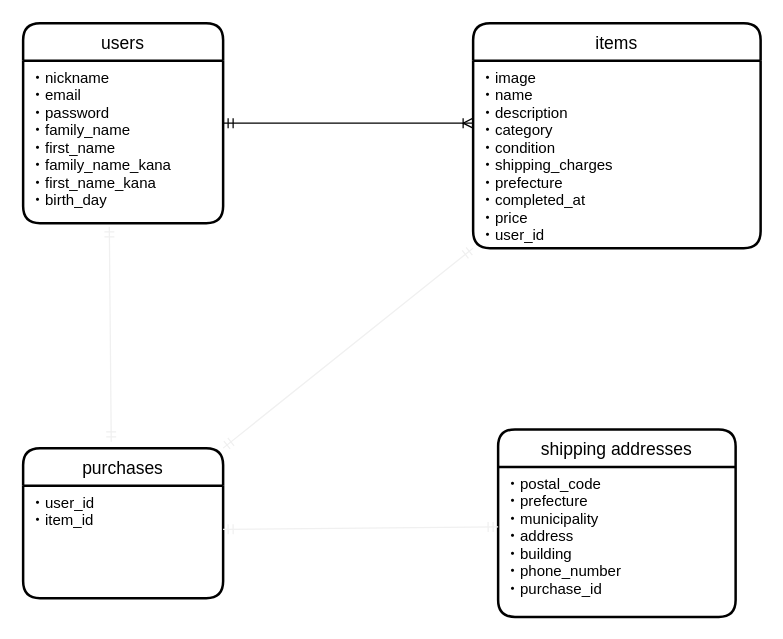
Earlier version of the draw.io diagram app/views/furima-31519.dio (takuya20201003/furima-31519). Source tidied: cells renumbered, new cells numbered last; positions are measured from the earlier drawing's top-left corner, leaving out a move shared by most shapes. Both pictures are drawn from the tidied source at 125%, with x=0, y=0 at pixel (22, 22).
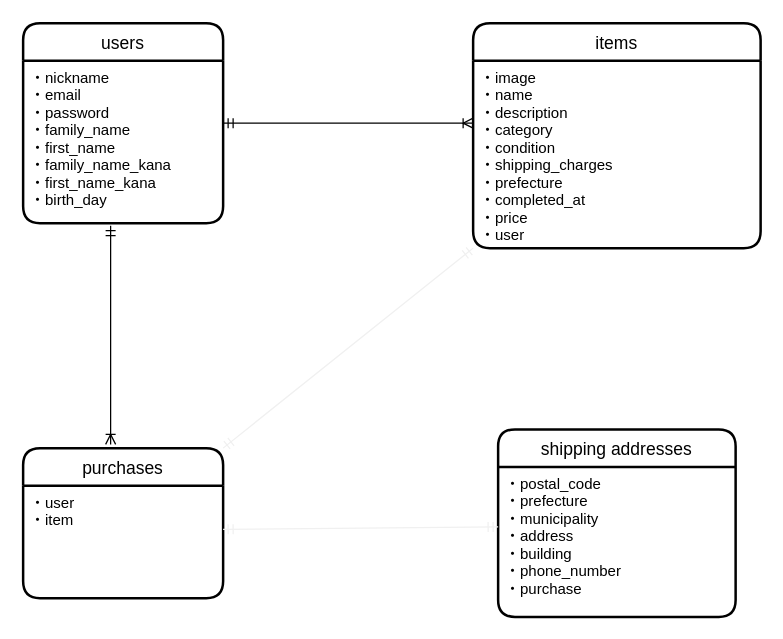
The same page after the edit.

Change to the diagram source:
```diff
@@
 <mxGraphModel>
   <root>
     <mxCell id="0" />
     <mxCell id="1" parent="0" />
     <mxCell id="2" value="users" style="swimlane;horizontal=1;startSize=30;rounded=1;fontSize=14;fontStyle=0;strokeWidth=2;shadow=0;dashed=0;align=center;" parent="1" vertex="1">
       <mxGeometry width="160" height="160" as="geometry" />
     </mxCell>
     <mxCell id="3" value="・nickname&#10;・email&#10;・password&#10;・family_name&#10;・first_name&#10;・family_name_kana&#10;・first_name_kana&#10;・birth_day" style="align=left;strokeColor=none;fillColor=none;spacingLeft=4;fontSize=12;verticalAlign=top;" parent="2" vertex="1">
       <mxGeometry y="30" width="160" height="130" as="geometry" />
     </mxCell>
     <mxCell id="4" value="items" style="swimlane;horizontal=1;startSize=30;rounded=1;fontSize=14;fontStyle=0;strokeWidth=2;shadow=0;dashed=0;align=center;" parent="1" vertex="1">
       <mxGeometry x="360" width="230" height="180" as="geometry" />
     </mxCell>
-    <mxCell id="5" value="・image&#10;・name&#10;・description&#10;・category&#10;・condition&#10;・shipping_charges&#10;・prefecture&#10;・completed_at&#10;・price&#10;・user_id&#10;&#10;&#10;&#10;" style="align=left;strokeColor=none;fillColor=none;spacingLeft=4;fontSize=12;verticalAlign=top;" parent="4" vertex="1">
+    <mxCell id="5" value="・image&#10;・name&#10;・description&#10;・category&#10;・condition&#10;・shipping_charges&#10;・prefecture&#10;・completed_at&#10;・price&#10;・user&#10;&#10;&#10;&#10;" style="align=left;strokeColor=none;fillColor=none;spacingLeft=4;fontSize=12;verticalAlign=top;" parent="4" vertex="1">
       <mxGeometry y="30" width="230" height="150" as="geometry" />
     </mxCell>
     <mxCell id="6" style="fontSize=12;html=1;endArrow=ERmandOne;startArrow=ERmandOne;strokeColor=#f0f0f0;exitX=0.5;exitY=0;exitDx=0;exitDy=0;entryX=0;entryY=1;entryDx=0;entryDy=0;" parent="4" edge="1" target="5">
       <mxGeometry relative="1" as="geometry">
         <mxPoint x="-200" y="340" as="sourcePoint" />
       </mxGeometry>
     </mxCell>
     <mxCell id="7" value="shipping addresses" style="swimlane;horizontal=1;startSize=30;rounded=1;fontSize=14;fontStyle=0;strokeWidth=2;shadow=0;dashed=0;align=center;" parent="1" vertex="1">
       <mxGeometry x="380" y="325" width="190" height="150" as="geometry" />
     </mxCell>
-    <mxCell id="8" value="・postal_code&#10;・prefecture&#10;・municipality&#10;・address&#10;・building&#10;・phone_number&#10;・purchase_id&#10;&#10;&#10;&#10;" style="align=left;strokeColor=none;fillColor=none;spacingLeft=4;fontSize=12;verticalAlign=top;" parent="7" vertex="1">
+    <mxCell id="8" value="・postal_code&#10;・prefecture&#10;・municipality&#10;・address&#10;・building&#10;・phone_number&#10;・purchase&#10;&#10;&#10;&#10;" style="align=left;strokeColor=none;fillColor=none;spacingLeft=4;fontSize=12;verticalAlign=top;" parent="7" vertex="1">
       <mxGeometry y="30" width="190" height="120" as="geometry" />
     </mxCell>
     <mxCell id="9" style="edgeStyle=entityRelationEdgeStyle;fontSize=12;html=1;endArrow=ERoneToMany;startArrow=ERmandOne;" parent="1" edge="1">
       <mxGeometry relative="1" as="geometry">
         <mxPoint x="160" y="80" as="sourcePoint" />
         <mxPoint x="360" y="80" as="targetPoint" />
       </mxGeometry>
     </mxCell>
     <mxCell id="10" value="purchases" style="swimlane;horizontal=1;startSize=30;rounded=1;fontSize=14;fontStyle=0;strokeWidth=2;shadow=0;dashed=0;align=center;" parent="1" vertex="1">
       <mxGeometry y="340" width="160" height="120" as="geometry" />
     </mxCell>
-    <mxCell id="11" value="・user_id&#10;・item_id" style="align=left;strokeColor=none;fillColor=none;spacingLeft=4;fontSize=12;verticalAlign=top;whiteSpace=wrap;" parent="10" vertex="1">
+    <mxCell id="11" value="・user&#10;・item" style="align=left;strokeColor=none;fillColor=none;spacingLeft=4;fontSize=12;verticalAlign=top;whiteSpace=wrap;" parent="10" vertex="1">
       <mxGeometry y="30" width="160" height="90" as="geometry" />
     </mxCell>
-    <mxCell id="12" style="fontSize=12;html=1;endArrow=ERmandOne;startArrow=ERmandOne;strokeColor=#f0f0f0;entryX=0.431;entryY=1.023;entryDx=0;entryDy=0;exitX=0.5;exitY=0;exitDx=0;exitDy=0;entryPerimeter=0;" parent="1" edge="1" target="3">
-      <mxGeometry relative="1" as="geometry">
-        <mxPoint x="70.5" y="335" as="sourcePoint" />
-      </mxGeometry>
-    </mxCell>
     <mxCell id="13" style="fontSize=12;html=1;endArrow=ERmandOne;startArrow=ERmandOne;strokeColor=#f0f0f0;entryX=0;entryY=0.4;entryDx=0;entryDy=0;exitX=1;exitY=0.389;exitDx=0;exitDy=0;exitPerimeter=0;entryPerimeter=0;" parent="1" edge="1" source="11" target="8">
       <mxGeometry relative="1" as="geometry" />
     </mxCell>
+    <mxCell id="14" style="fontSize=12;html=1;endArrow=ERoneToMany;startArrow=ERmandOne;" parent="1" edge="1">
+      <mxGeometry relative="1" as="geometry">
+        <mxPoint x="70" y="162" as="sourcePoint" />
+        <mxPoint x="70" y="337" as="targetPoint" />
+      </mxGeometry>
+    </mxCell>
   </root>
 </mxGraphModel>
```
